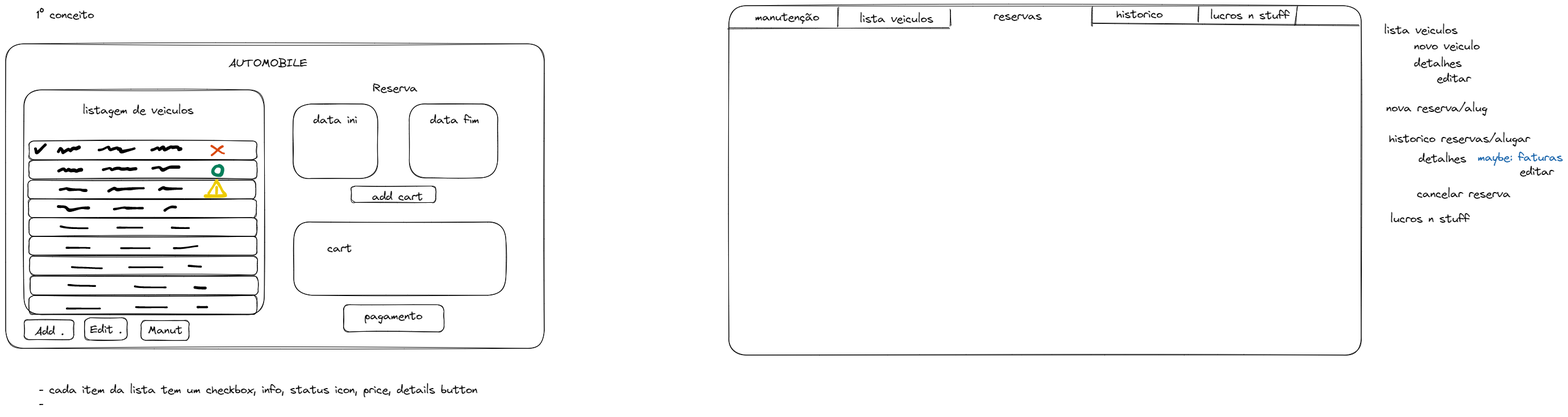
henrique11varela/5412-Rent-a-Car keeps this Excalidraw diagram as _plan/mainmenu.excalidraw.png. Above is the earlier version. Source tidied: one line per element, renumbered; positions are measured from the earlier drawing's top-left corner, leaving out a move shared by most shapes.
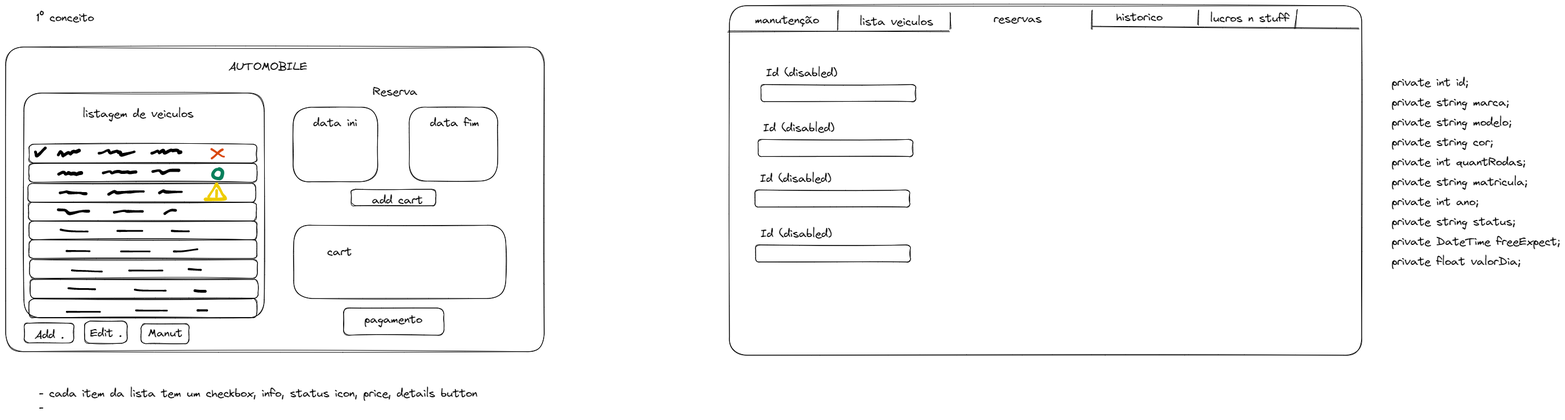
The same diagram one commit later.

Diff of the diagram source:
```diff
@@ -63,7 +63,7 @@
 {"id": 62, "type": "text", "text": "pagamento", "strokeColor": "#000000", "strokeWidth": 1, "roughness": 1, "fontSize": 20, "fontFamily": 1, "x": 632, "y": 534, "width": 102, "height": 25}
 {"id": 63, "type": "text", "text": "- cada item da lista tem um checkbox, info, status icon, price, details button\n- ", "strokeColor": "#000000", "strokeWidth": 1, "roughness": 1, "fontSize": 20, "fontFamily": 1, "x": 58, "y": 664, "width": 772, "height": 50}
 {"id": 64, "type": "text", "text": "1º conceito", "strokeColor": "#000000", "strokeWidth": 1, "roughness": 1, "fontSize": 20, "fontFamily": 1, "x": 54, "y": 4, "width": 101, "height": 25}
-{"id": 65, "type": "rectangle", "strokeColor": "#000000", "strokeWidth": 1, "roughness": 1, "round": true, "x": 1273, "y": 0, "width": 1113, "height": 615}
+{"id": 65, "type": "rectangle", "strokeColor": "#000000", "strokeWidth": 1, "roughness": 1, "round": true, "x": 1274, "y": -6, "width": 1113, "height": 615}
 {"id": 66, "type": "line", "strokeColor": "#000000", "strokeWidth": 1, "roughness": 1, "round": true, "x": 1272, "y": 40, "width": 390, "height": 0, "points": [[0, 0], [390, 0]]}
 {"id": 67, "type": "line", "strokeColor": "#000000", "strokeWidth": 1, "roughness": 1, "round": true, "x": 1663, "y": 37, "width": 0, "height": 30, "points": [[0, 0], [0, -30]]}
 {"id": 68, "type": "line", "strokeColor": "#000000", "strokeWidth": 1, "roughness": 1, "round": true, "x": 1913, "y": 36, "width": 0, "height": 34, "points": [[0, 0], [0, -34]]}
@@ -73,17 +73,24 @@
 {"id": 72, "type": "line", "strokeColor": "#000000", "strokeWidth": 1, "roughness": 1, "round": true, "x": 2269, "y": 35, "width": 5, "height": 34, "points": [[0, 0], [5, -34]]}
 {"id": 73, "type": "text", "text": "reservas", "strokeColor": "#000000", "strokeWidth": 1, "roughness": 1, "fontSize": 20, "fontFamily": 1, "x": 1739, "y": 6, "width": 85, "height": 25}
 {"id": 74, "type": "text", "text": "manutenção", "strokeColor": "#000000", "strokeWidth": 1, "roughness": 1, "fontSize": 20, "fontFamily": 1, "x": 1319, "y": 8, "width": 113, "height": 25}
-{"id": 75, "type": "text", "text": "historico reservas/alugar", "strokeColor": "#000000", "strokeWidth": 1, "roughness": 1, "fontSize": 20, "fontFamily": 1, "x": 2435, "y": 222, "width": 248, "height": 25}
-{"id": 76, "type": "text", "text": "nova reserva/alug", "strokeColor": "#000000", "strokeWidth": 1, "roughness": 1, "fontSize": 20, "fontFamily": 1, "x": 2430, "y": 168, "width": 178, "height": 25}
-{"id": 77, "type": "text", "text": "cancelar reserva", "strokeColor": "#000000", "strokeWidth": 1, "roughness": 1, "fontSize": 20, "fontFamily": 1, "x": 2484, "y": 319, "width": 165, "height": 25}
 {"id": 78, "type": "text", "text": "lista veiculos", "strokeColor": "#000000", "strokeWidth": 1, "roughness": 1, "fontSize": 20, "fontFamily": 1, "x": 1503, "y": 11, "width": 130, "height": 25}
-{"id": 79, "type": "text", "text": "lista veiculos", "strokeColor": "#000000", "strokeWidth": 1, "roughness": 1, "fontSize": 20, "fontFamily": 1, "x": 2426, "y": 31, "width": 130, "height": 25}
-{"id": 80, "type": "text", "text": "novo veiculo", "strokeColor": "#000000", "strokeWidth": 1, "roughness": 1, "fontSize": 20, "fontFamily": 1, "x": 2479, "y": 59, "width": 115, "height": 25}
-{"id": 81, "type": "text", "text": "detalhes", "strokeColor": "#000000", "strokeWidth": 1, "roughness": 1, "fontSize": 20, "fontFamily": 1, "x": 2479, "y": 89, "width": 84, "height": 25}
-{"id": 82, "type": "text", "text": "detalhes", "strokeColor": "#000000", "strokeWidth": 1, "roughness": 1, "fontSize": 20, "fontFamily": 1, "x": 2487, "y": 257, "width": 84, "height": 25}
-{"id": 83, "type": "text", "text": "editar", "strokeColor": "#000000", "strokeWidth": 1, "roughness": 1, "fontSize": 20, "fontFamily": 1, "x": 2519, "y": 116, "width": 60, "height": 25}
-{"id": 84, "type": "text", "text": "editar", "strokeColor": "#000000", "strokeWidth": 1, "roughness": 1, "fontSize": 20, "fontFamily": 1, "x": 2665, "y": 280, "width": 60, "height": 25}
 {"id": 85, "type": "text", "text": "historico", "strokeColor": "#000000", "strokeWidth": 1, "roughness": 1, "fontSize": 20, "fontFamily": 1, "x": 1955, "y": 3, "width": 82, "height": 25}
 {"id": 86, "type": "text", "text": "lucros n stuff", "strokeColor": "#000000", "strokeWidth": 1, "roughness": 1, "fontSize": 20, "fontFamily": 1, "x": 2120, "y": 5, "width": 139, "height": 25}
-{"id": 87, "type": "text", "text": "lucros n stuff", "strokeColor": "#000000", "strokeWidth": 1, "roughness": 1, "fontSize": 20, "fontFamily": 1, "x": 2437, "y": 363, "width": 139, "height": 25}
-{"id": 88, "type": "text", "text": "maybe: faturas", "strokeColor": "#1864ab", "strokeWidth": 1, "roughness": 1, "fontSize": 20, "fontFamily": 1, "x": 2591, "y": 255, "width": 150, "height": 25}
+{"id": 89, "type": "text", "text": "private int id;", "strokeColor": "#000000", "strokeWidth": 1, "roughness": 1, "fontSize": 20, "fontFamily": 1, "x": 2440, "y": 118, "width": 135, "height": 25}
+{"id": 90, "type": "text", "text": "private string marca;", "strokeColor": "#000000", "strokeWidth": 1, "roughness": 1, "fontSize": 20, "fontFamily": 1, "x": 2440, "y": 153, "width": 207, "height": 25}
+{"id": 91, "type": "text", "text": "private string modelo;", "strokeColor": "#000000", "strokeWidth": 1, "roughness": 1, "fontSize": 20, "fontFamily": 1, "x": 2440, "y": 188, "width": 211, "height": 25}
+{"id": 92, "type": "text", "text": "private string cor;", "strokeColor": "#000000", "strokeWidth": 1, "roughness": 1, "fontSize": 20, "fontFamily": 1, "x": 2440, "y": 223, "width": 178, "height": 25}
+{"id": 93, "type": "text", "text": "private int quantRodas;", "strokeColor": "#000000", "strokeWidth": 1, "roughness": 1, "fontSize": 20, "fontFamily": 1, "x": 2440, "y": 258, "width": 236, "height": 25}
+{"id": 94, "type": "text", "text": "private string matricula;", "strokeColor": "#000000", "strokeWidth": 1, "roughness": 1, "fontSize": 20, "fontFamily": 1, "x": 2440, "y": 293, "width": 239, "height": 25}
+{"id": 95, "type": "text", "text": "private int ano;", "strokeColor": "#000000", "strokeWidth": 1, "roughness": 1, "fontSize": 20, "fontFamily": 1, "x": 2440, "y": 328, "width": 153, "height": 25}
+{"id": 96, "type": "text", "text": "private string status;", "strokeColor": "#000000", "strokeWidth": 1, "roughness": 1, "fontSize": 20, "fontFamily": 1, "x": 2440, "y": 363, "width": 218, "height": 25}
+{"id": 97, "type": "text", "text": "private DateTime freeExpect;", "strokeColor": "#000000", "strokeWidth": 1, "roughness": 1, "fontSize": 20, "fontFamily": 1, "x": 2440, "y": 398, "width": 296, "height": 25}
+{"id": 98, "type": "text", "text": "private float valorDia;", "strokeColor": "#000000", "strokeWidth": 1, "roughness": 1, "fontSize": 20, "fontFamily": 1, "x": 2440, "y": 433, "width": 227, "height": 25}
+{"id": 99, "type": "rectangle", "strokeColor": "#000000", "strokeWidth": 1, "roughness": 1, "round": true, "x": 1330, "y": 133, "width": 272, "height": 30}
+{"id": 100, "type": "text", "text": "Id (disabled)", "strokeColor": "#000000", "strokeWidth": 1, "roughness": 1, "fontSize": 20, "fontFamily": 1, "x": 1339, "y": 101, "width": 125, "height": 25}
+{"id": 101, "type": "rectangle", "strokeColor": "#000000", "strokeWidth": 1, "roughness": 1, "round": true, "x": 1325, "y": 230, "width": 272, "height": 30}
+{"id": 102, "type": "text", "text": "Id (disabled)", "strokeColor": "#000000", "strokeWidth": 1, "roughness": 1, "fontSize": 20, "fontFamily": 1, "x": 1334, "y": 198, "width": 125, "height": 25}
+{"id": 103, "type": "rectangle", "strokeColor": "#000000", "strokeWidth": 1, "roughness": 1, "round": true, "x": 1319, "y": 319, "width": 272, "height": 30}
+{"id": 104, "type": "text", "text": "Id (disabled)", "strokeColor": "#000000", "strokeWidth": 1, "roughness": 1, "fontSize": 20, "fontFamily": 1, "x": 1328, "y": 286, "width": 125, "height": 25}
+{"id": 105, "type": "rectangle", "strokeColor": "#000000", "strokeWidth": 1, "roughness": 1, "round": true, "x": 1320, "y": 415, "width": 272, "height": 30}
+{"id": 106, "type": "text", "text": "Id (disabled)", "strokeColor": "#000000", "strokeWidth": 1, "roughness": 1, "fontSize": 20, "fontFamily": 1, "x": 1329, "y": 383, "width": 125, "height": 25}
```
